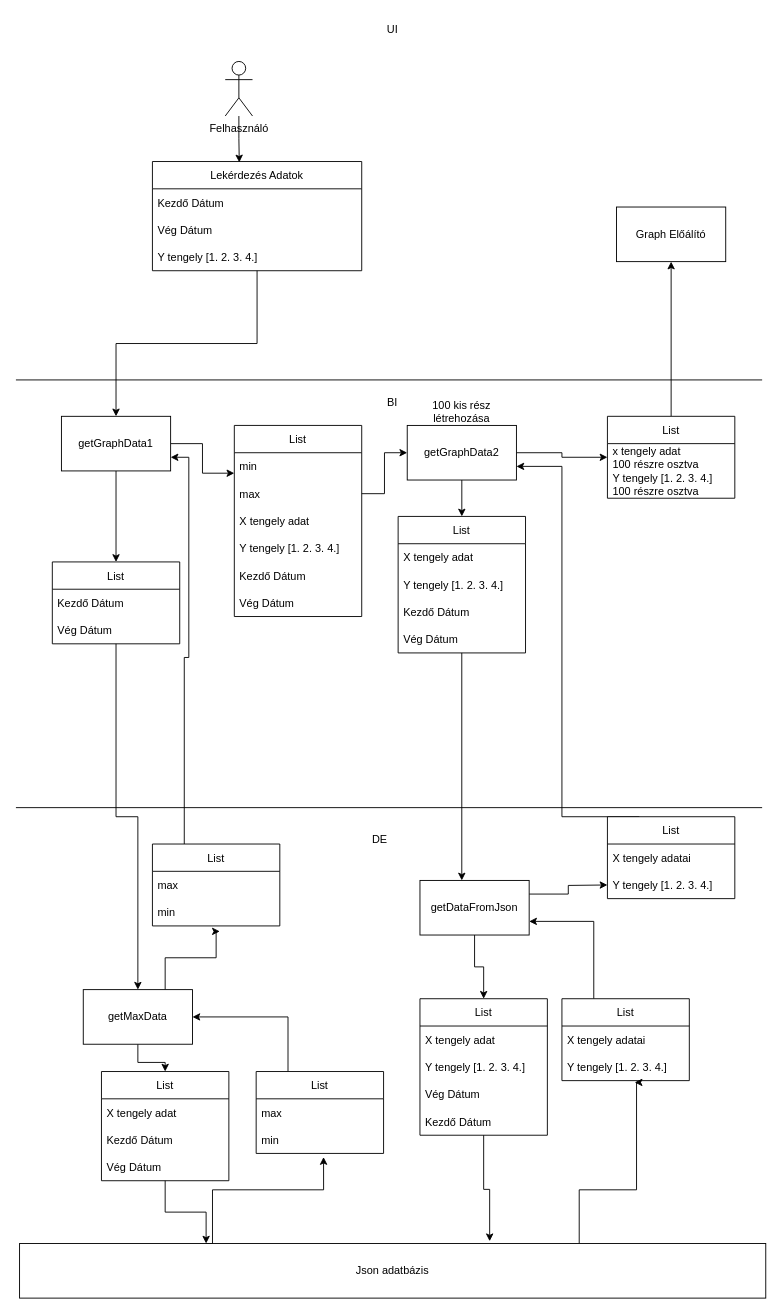
This is Megnevezetlen diagram.drawio from Cryptologusok/criptologusok, a draw.io file, before an edit. Source tidied: cells renumbered, new cells numbered last; positions are measured from the earlier drawing's top-left corner, leaving out a move shared by most shapes. Both pictures are drawn from the tidied source at 91%, with x=0, y=0 at pixel (15, 15).
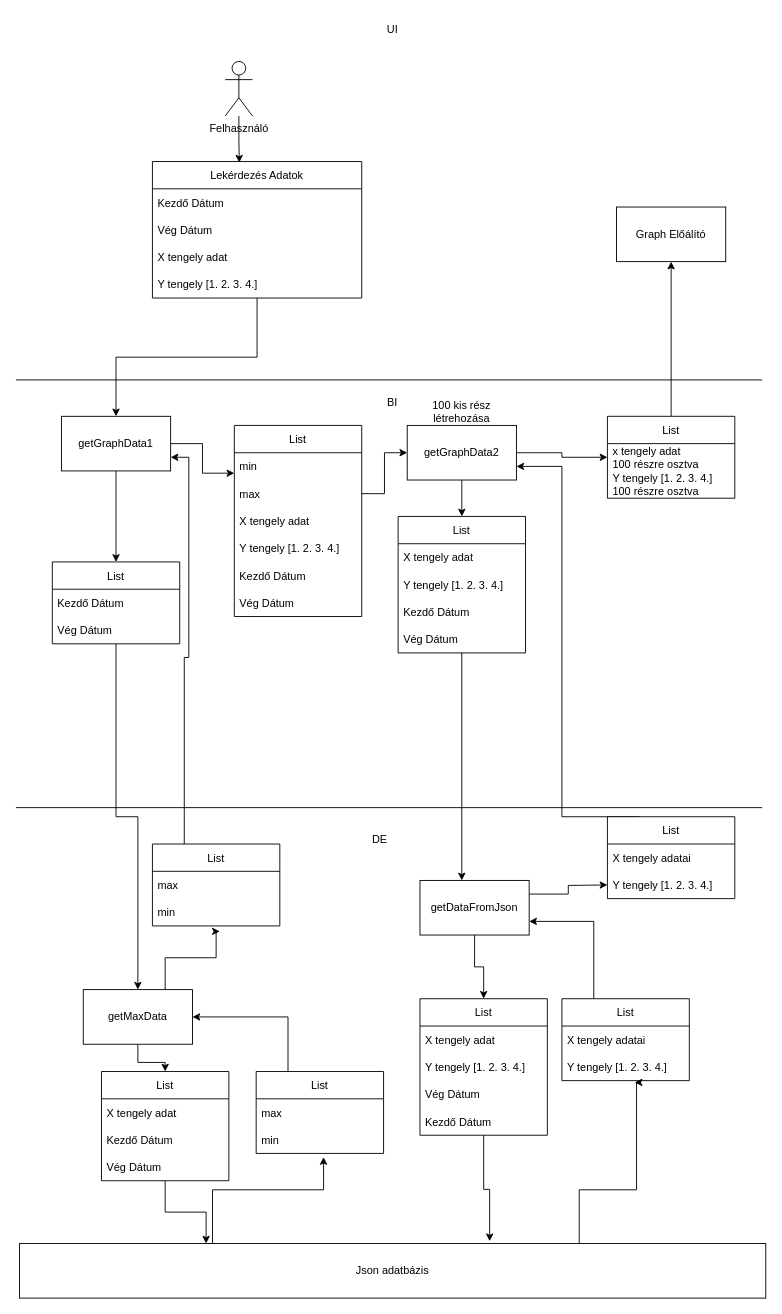
The same diagram, later.

Change to the diagram source:
```diff
@@
     <mxCell id="3" value="Lekérdezés Adatok" style="swimlane;fontStyle=0;horizontal=1;startSize=30;" parent="1" vertex="1">
-      <mxGeometry x="150" y="160" width="230" height="120" as="geometry" />
+      <mxGeometry x="150" y="160" width="230" height="150" as="geometry" />
     </mxCell>
@@
+    <mxCell id="80" value="X tengely adat" style="text;strokeColor=none;fillColor=none;align=left;verticalAlign=middle;spacingLeft=4;spacingRight=4;overflow=hidden;" parent="3" vertex="1">
+      <mxGeometry y="90" width="230" height="30" as="geometry" />
+    </mxCell>
     <mxCell id="6" value="Y tengely [1. 2. 3. 4.]" style="text;strokeColor=none;fillColor=none;align=left;verticalAlign=middle;spacingLeft=4;spacingRight=4;overflow=hidden;" parent="3" vertex="1">
-      <mxGeometry y="90" width="230" height="30" as="geometry" />
+      <mxGeometry y="120" width="230" height="30" as="geometry" />
     </mxCell>
```
